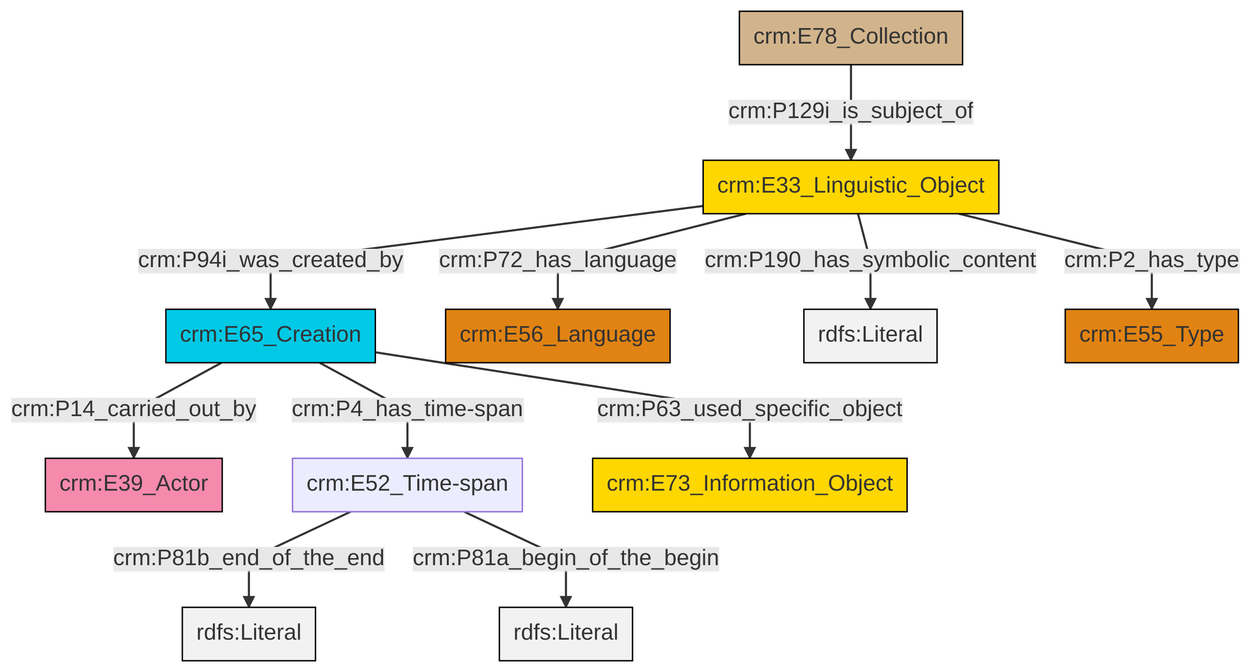
swiss-art-research-net/docs.swissartresearch keeps this Mermaid diagram as et/archivalCSV/ttl/mmd/png/archival_desc.png. Above is the earlier version. Its source is kept beside it as et/archivalCSV/ttl/mmd/archival_desc.ttl.mmd.
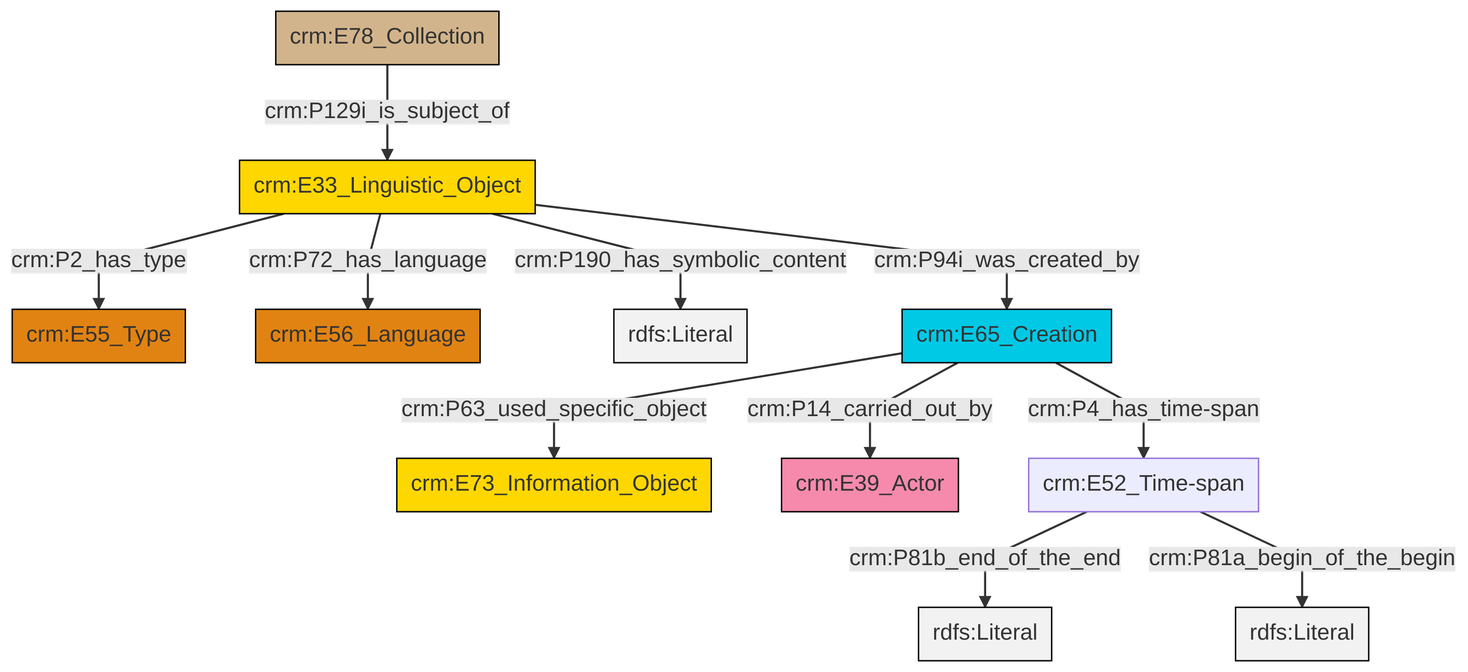
After the change.

Change to the diagram source:
```diff
@@ -13,13 +13,13 @@
 classDef PC_Classes fill:#4ce600, stroke:#000000;
 classDef Multi fill:#cccccc,stroke:#000000;
 
-0["crm:E65_Creation"]:::Temporal_Entity -->|crm:P14_carried_out_by| 1["crm:E39_Actor"]:::Actor
-5["crm:E33_Linguistic_Object"]:::Conceptual_Object -->|crm:P72_has_language| 6["crm:E56_Language"]:::Type
-2["crm:E52_Time-span"]:::Default -->|crm:P81b_end_of_the_end| 9[rdfs:Literal]:::Literal
-5["crm:E33_Linguistic_Object"]:::Conceptual_Object -->|crm:P94i_was_created_by| 0["crm:E65_Creation"]:::Temporal_Entity
-5["crm:E33_Linguistic_Object"]:::Conceptual_Object -->|crm:P190_has_symbolic_content| 12[rdfs:Literal]:::Literal
-0["crm:E65_Creation"]:::Temporal_Entity -->|crm:P63_used_specific_object| 10["crm:E73_Information_Object"]:::Conceptual_Object
-0["crm:E65_Creation"]:::Temporal_Entity -->|crm:P4_has_time-span| 2["crm:E52_Time-span"]:::Default
-2["crm:E52_Time-span"]:::Default -->|crm:P81a_begin_of_the_begin| 17[rdfs:Literal]:::Literal
-5["crm:E33_Linguistic_Object"]:::Conceptual_Object -->|crm:P2_has_type| 15["crm:E55_Type"]:::Type
-7["crm:E78_Collection"]:::Physical_Thing -->|crm:P129i_is_subject_of| 5["crm:E33_Linguistic_Object"]:::Conceptual_Object
+0["crm:E33_Linguistic_Object"]:::Conceptual_Object -->|crm:P2_has_type| 1["crm:E55_Type"]:::Type
+0["crm:E33_Linguistic_Object"]:::Conceptual_Object -->|crm:P190_has_symbolic_content| 6[rdfs:Literal]:::Literal
+7["crm:E65_Creation"]:::Temporal_Entity -->|crm:P14_carried_out_by| 8["crm:E39_Actor"]:::Actor
+0["crm:E33_Linguistic_Object"]:::Conceptual_Object -->|crm:P72_has_language| 4["crm:E56_Language"]:::Type
+7["crm:E65_Creation"]:::Temporal_Entity -->|crm:P63_used_specific_object| 2["crm:E73_Information_Object"]:::Conceptual_Object
+10["crm:E52_Time-span"]:::Default -->|crm:P81b_end_of_the_end| 13[rdfs:Literal]:::Literal
+0["crm:E33_Linguistic_Object"]:::Conceptual_Object -->|crm:P94i_was_created_by| 7["crm:E65_Creation"]:::Temporal_Entity
+7["crm:E65_Creation"]:::Temporal_Entity -->|crm:P4_has_time-span| 10["crm:E52_Time-span"]:::Default
+14["crm:E78_Collection"]:::Physical_Thing -->|crm:P129i_is_subject_of| 0["crm:E33_Linguistic_Object"]:::Conceptual_Object
+10["crm:E52_Time-span"]:::Default -->|crm:P81a_begin_of_the_begin| 16[rdfs:Literal]:::Literal
```
